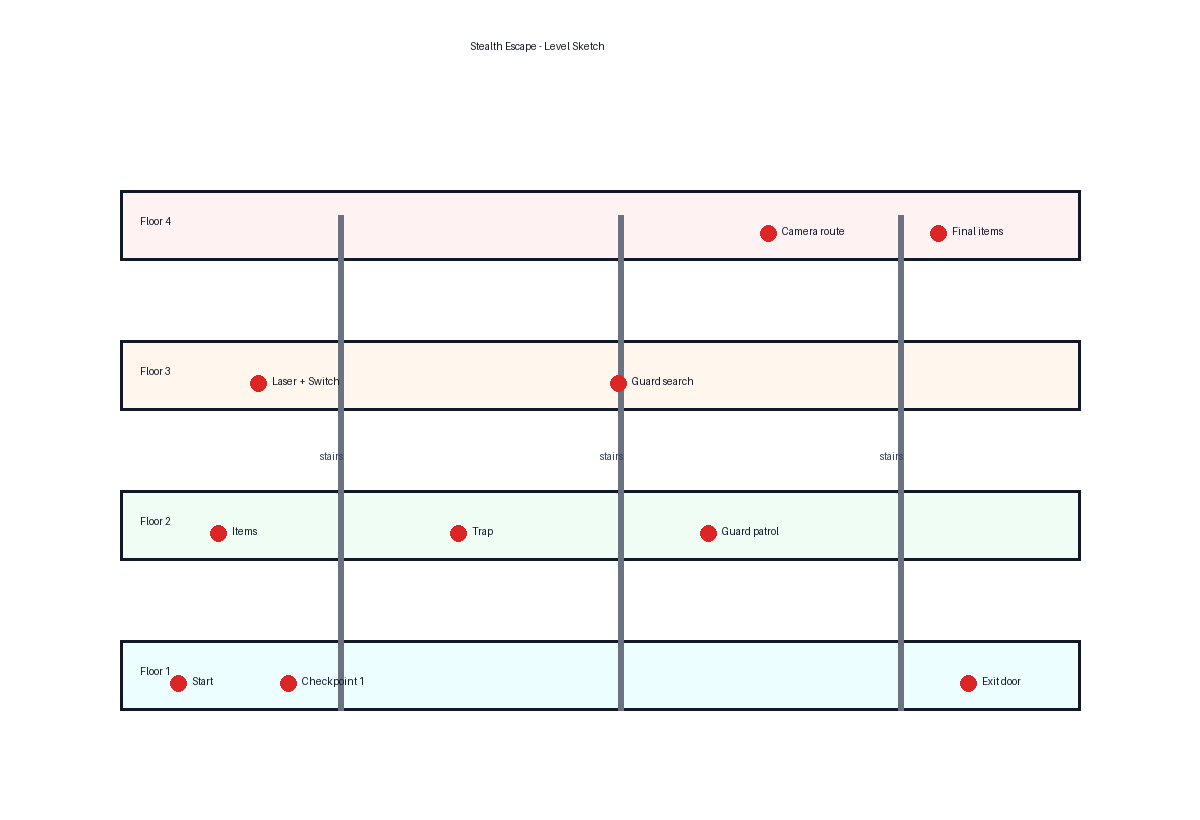
yerk0shh/Stealth-Game keeps this PlantUML diagram as doc/level-sketch.png. Above is the earlier version. Its source is kept beside it as doc/level-sketch.puml.
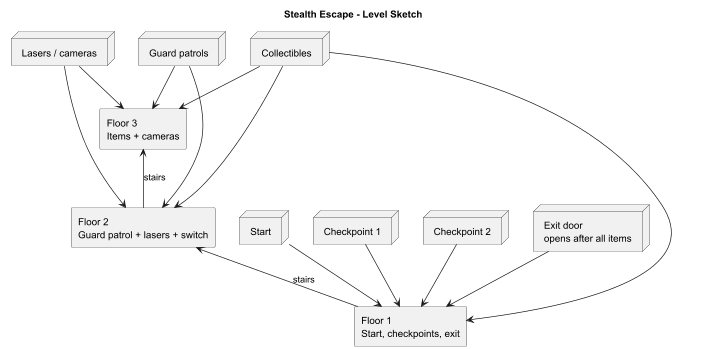
After the change.

Change to the diagram source:
```diff
@@ -2,21 +2,19 @@
 
 title Stealth Escape - Level Sketch
 
-rectangle "Floor 4\nItem + camera route" as F4
-rectangle "Floor 3\nGuard patrol + laser switch" as F3
-rectangle "Floor 2\nItems + stairs + trap" as F2
+rectangle "Floor 3\nItems + cameras" as F3
+rectangle "Floor 2\nGuard patrol + lasers + switch" as F2
 rectangle "Floor 1\nStart, checkpoints, exit" as F1
 
 F1 -up-> F2 : stairs
 F2 -up-> F3 : stairs
-F3 -up-> F4 : stairs
 
 node "Start" as Start
 node "Checkpoint 1" as C1
 node "Checkpoint 2" as C2
 node "Exit door\nopens after all items" as Exit
 node "Guard patrols" as Guards
-node "Lasers / cameras / traps" as Hazards
+node "Lasers / cameras" as Hazards
 node "Collectibles" as Items
 
 Start --> F1
@@ -27,10 +25,8 @@
 Guards --> F3
 Hazards --> F2
 Hazards --> F3
-Hazards --> F4
 Items --> F1
 Items --> F2
 Items --> F3
-Items --> F4
 
 @enduml
```
